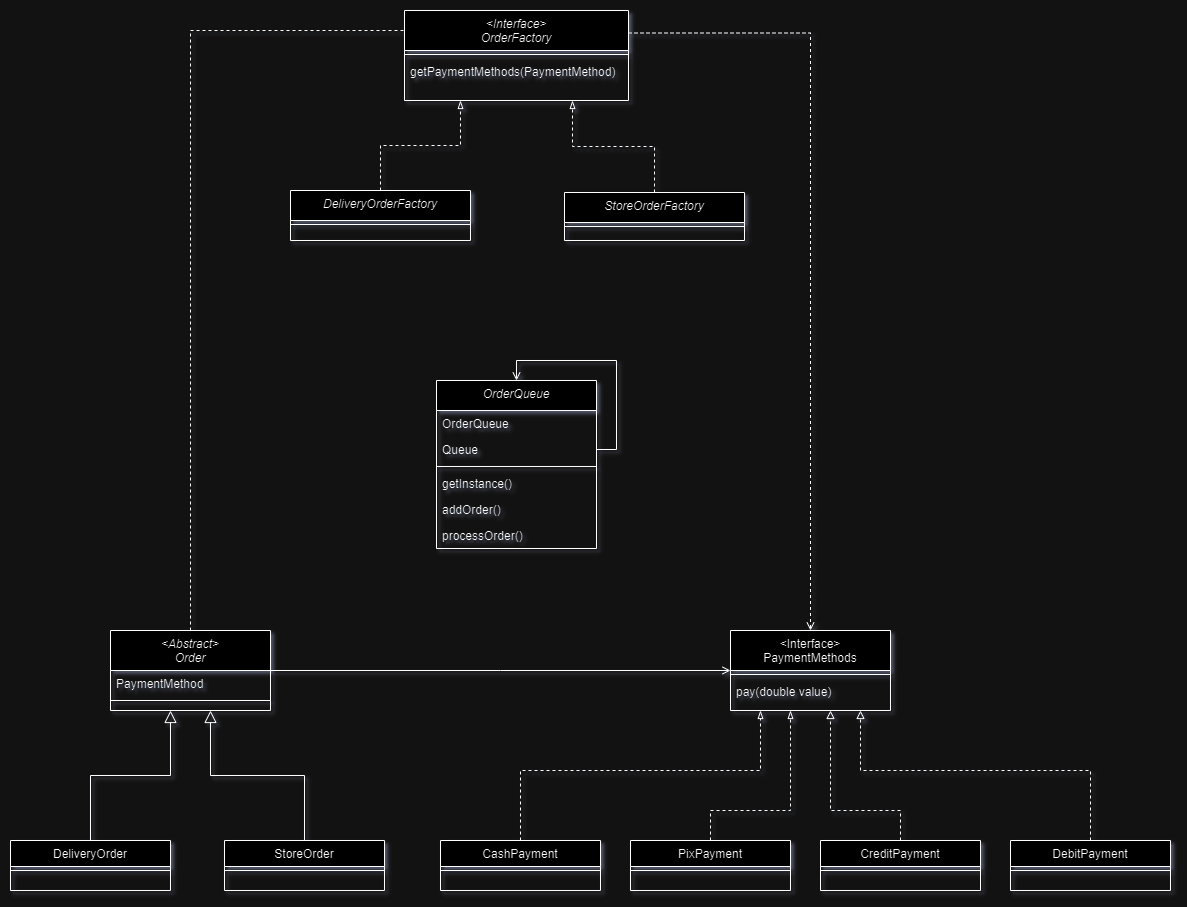
Above: src/main/java/org/example/diagram/atv1.drawio.png in rhuannascimento/atv-01-AA-Engenharia-De-Software (draw.io), before the change. Source tidied: cells renumbered, new cells last; positions are measured from the earlier drawing's top-left corner, leaving out a move shared by most shapes.
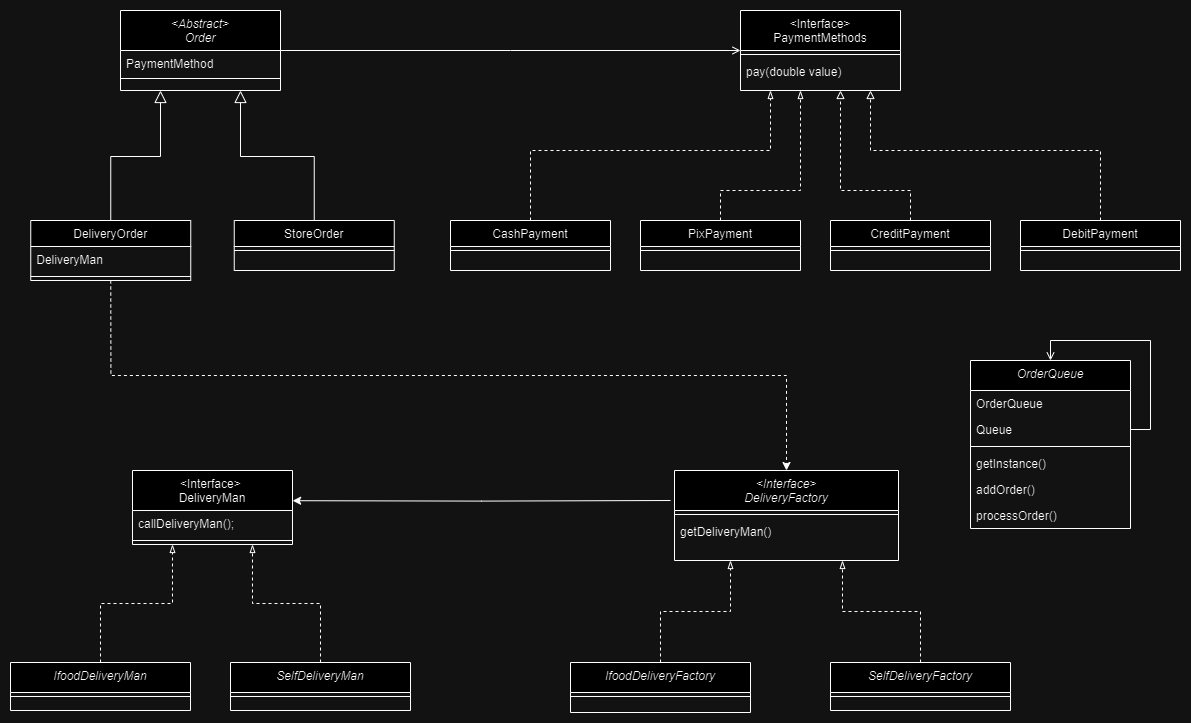
The same file after the commit.

Commit message:
REFAC: UPDATE DIAGRAM

The edit, as a diff of the source:
```diff
@@ -2,45 +2,41 @@
   <root>
     <mxCell id="0" />
     <mxCell id="1" parent="0" />
-    <mxCell id="2" style="edgeStyle=orthogonalEdgeStyle;rounded=0;jettySize=auto;html=1;entryX=0;entryY=0.25;entryDx=0;entryDy=0;dashed=1;" parent="1" edge="1" source="3" target="28">
-      <mxGeometry relative="1" as="geometry">
-        <Array as="points">
-          <mxPoint x="180" y="20" />
-          <mxPoint x="402" y="20" />
-          <mxPoint x="402" y="22" />
-        </Array>
-      </mxGeometry>
-    </mxCell>
     <mxCell id="3" value="&lt;Abstract&gt;&#10;Order" style="swimlane;fontStyle=2;align=center;verticalAlign=top;horizontal=1;startSize=40;rounded=0;shadow=0;strokeWidth=1;" parent="1" vertex="1">
       <mxGeometry x="100" y="620" width="160" height="80" as="geometry" />
     </mxCell>
-    <mxCell id="4" value="PaymentMethod" style="text;align=left;verticalAlign=top;spacingLeft=4;spacingRight=4;overflow=hidden;" parent="3" vertex="1">
-      <mxGeometry y="40" width="160" height="26" as="geometry" />
+    <mxCell id="4" value="PaymentMethod&#10;" style="text;align=left;verticalAlign=top;spacingLeft=4;spacingRight=4;overflow=hidden;" parent="3" vertex="1">
+      <mxGeometry y="40" width="160" height="20" as="geometry" />
     </mxCell>
+    <mxCell id="46" value="&#10;" style="text;align=left;verticalAlign=top;spacingLeft=4;spacingRight=4;overflow=hidden;" parent="3" vertex="1">
+      <mxGeometry y="60" width="160" height="4" as="geometry" />
+    </mxCell>
     <mxCell id="5" style="line;html=1;strokeWidth=1;align=left;verticalAlign=middle;spacingTop=-1;spacingLeft=3;spacingRight=3;labelPosition=right;" parent="3" vertex="1">
-      <mxGeometry y="66" width="160" height="8" as="geometry" />
+      <mxGeometry y="64" width="160" height="8" as="geometry" />
     </mxCell>
+    <mxCell id="47" style="edgeStyle=orthogonalEdgeStyle;rounded=0;jettySize=auto;html=1;exitX=0.5;exitY=1;exitDx=0;exitDy=0;entryX=0.5;entryY=0;entryDx=0;entryDy=0;dashed=1;" parent="1" edge="1" source="6" target="28">
+      <mxGeometry relative="1" as="geometry" />
+    </mxCell>
     <mxCell id="6" value="DeliveryOrder" style="swimlane;fontStyle=0;align=center;verticalAlign=top;horizontal=1;startSize=26;rounded=0;shadow=0;strokeWidth=1;" parent="1" vertex="1">
-      <mxGeometry y="830" width="160" height="50" as="geometry" />
+      <mxGeometry x="10.2" y="830" width="160" height="60" as="geometry" />
     </mxCell>
+    <mxCell id="48" value="DeliveryMan" style="text;align=left;verticalAlign=top;spacingLeft=4;spacingRight=4;overflow=hidden;" parent="6" vertex="1">
+      <mxGeometry y="26" width="160" height="26" as="geometry" />
+    </mxCell>
     <mxCell id="7" style="line;html=1;strokeWidth=1;align=left;verticalAlign=middle;spacingTop=-1;spacingLeft=3;spacingRight=3;labelPosition=right;" parent="6" vertex="1">
-      <mxGeometry y="26" width="160" height="8" as="geometry" />
+      <mxGeometry y="52" width="160" height="8" as="geometry" />
     </mxCell>
-    <mxCell id="8" style="endArrow=block;endSize=10;endFill=0;shadow=0;strokeWidth=1;rounded=0;curved=0;edgeStyle=elbowEdgeStyle;elbow=vertical;" parent="1" edge="1" source="6">
-      <mxGeometry relative="1" as="geometry">
-        <mxPoint x="160" y="700" as="targetPoint" />
-      </mxGeometry>
+    <mxCell id="8" style="endArrow=block;endSize=10;endFill=0;shadow=0;strokeWidth=1;rounded=0;curved=0;edgeStyle=elbowEdgeStyle;elbow=vertical;entryX=0.25;entryY=1;entryDx=0;entryDy=0;" parent="1" edge="1" source="6" target="3">
+      <mxGeometry relative="1" as="geometry" />
     </mxCell>
     <mxCell id="9" value="StoreOrder" style="swimlane;fontStyle=0;align=center;verticalAlign=top;horizontal=1;startSize=26;rounded=0;shadow=0;strokeWidth=1;" parent="1" vertex="1">
-      <mxGeometry x="214" y="830" width="160" height="50" as="geometry" />
+      <mxGeometry x="213.8" y="830" width="160" height="50" as="geometry" />
     </mxCell>
     <mxCell id="10" style="line;html=1;strokeWidth=1;align=left;verticalAlign=middle;spacingTop=-1;spacingLeft=3;spacingRight=3;labelPosition=right;" parent="9" vertex="1">
       <mxGeometry y="26" width="160" height="8" as="geometry" />
     </mxCell>
-    <mxCell id="11" style="endArrow=block;endSize=10;endFill=0;shadow=0;strokeWidth=1;rounded=0;curved=0;edgeStyle=elbowEdgeStyle;elbow=vertical;" parent="1" edge="1" source="9">
-      <mxGeometry relative="1" as="geometry">
-        <mxPoint x="200" y="700" as="targetPoint" />
-      </mxGeometry>
+    <mxCell id="11" style="endArrow=block;endSize=10;endFill=0;shadow=0;strokeWidth=1;rounded=0;curved=0;edgeStyle=elbowEdgeStyle;elbow=vertical;entryX=0.75;entryY=1;entryDx=0;entryDy=0;" parent="1" edge="1" source="9" target="3">
+      <mxGeometry relative="1" as="geometry" />
     </mxCell>
     <mxCell id="12" value="&lt;Interface&gt;&#10;PaymentMethods" style="swimlane;fontStyle=0;align=center;verticalAlign=top;horizontal=1;startSize=40;rounded=0;shadow=0;strokeWidth=1;" parent="1" vertex="1">
       <mxGeometry x="720" y="620" width="160" height="80" as="geometry" />
@@ -116,20 +112,20 @@
     <mxCell id="27" style="line;html=1;strokeWidth=1;align=left;verticalAlign=middle;spacingTop=-1;spacingLeft=3;spacingRight=3;labelPosition=right;" parent="26" vertex="1">
       <mxGeometry y="26" width="160" height="8" as="geometry" />
     </mxCell>
-    <mxCell id="28" value="&lt;Interface&gt;&#10;OrderFactory" style="swimlane;fontStyle=2;align=center;verticalAlign=top;horizontal=1;startSize=40;rounded=0;shadow=0;strokeWidth=1;" parent="1" vertex="1">
-      <mxGeometry x="394" width="224" height="90" as="geometry" />
+    <mxCell id="28" value="&lt;Interface&gt;&#10;DeliveryFactory" style="swimlane;fontStyle=2;align=center;verticalAlign=top;horizontal=1;startSize=40;rounded=0;shadow=0;strokeWidth=1;" parent="1" vertex="1">
+      <mxGeometry x="654" y="1080" width="224" height="90" as="geometry" />
     </mxCell>
     <mxCell id="29" style="line;html=1;strokeWidth=1;align=left;verticalAlign=middle;spacingTop=-1;spacingLeft=3;spacingRight=3;labelPosition=right;" parent="28" vertex="1">
       <mxGeometry y="40" width="224" height="8" as="geometry" />
     </mxCell>
-    <mxCell id="30" value="getPaymentMethods(PaymentMethod)" style="text;align=left;verticalAlign=top;spacingLeft=4;spacingRight=4;overflow=hidden;" parent="28" vertex="1">
+    <mxCell id="30" value="getDeliveryMan()" style="text;align=left;verticalAlign=top;spacingLeft=4;spacingRight=4;overflow=hidden;" parent="28" vertex="1">
       <mxGeometry y="48" width="224" height="26" as="geometry" />
     </mxCell>
-    <mxCell id="31" style="edgeStyle=orthogonalEdgeStyle;rounded=0;jettySize=auto;html=1;entryX=0.25;entryY=1;entryDx=0;entryDy=0;endArrow=blockThin;endFill=0;dashed=1;" parent="1" edge="1" source="32" target="28">
+    <mxCell id="31" style="edgeStyle=orthogonalEdgeStyle;rounded=0;jettySize=auto;html=1;endArrow=blockThin;endFill=0;dashed=1;entryX=0.25;entryY=1;entryDx=0;entryDy=0;" parent="1" edge="1" source="32" target="28">
       <mxGeometry relative="1" as="geometry" />
     </mxCell>
-    <mxCell id="32" value="DeliveryOrderFactory" style="swimlane;fontStyle=2;align=center;verticalAlign=top;horizontal=1;startSize=30;rounded=0;shadow=0;strokeWidth=1;" parent="1" vertex="1">
-      <mxGeometry x="280" y="180" width="180" height="50" as="geometry" />
+    <mxCell id="32" value="IfoodDeliveryFactory" style="swimlane;fontStyle=2;align=center;verticalAlign=top;horizontal=1;startSize=30;rounded=0;shadow=0;strokeWidth=1;" parent="1" vertex="1">
+      <mxGeometry x="550" y="1272" width="180" height="50" as="geometry" />
     </mxCell>
     <mxCell id="33" style="line;html=1;strokeWidth=1;align=left;verticalAlign=middle;spacingTop=-1;spacingLeft=3;spacingRight=3;labelPosition=right;" parent="32" vertex="1">
       <mxGeometry y="30" width="180" height="8" as="geometry" />
@@ -137,17 +133,14 @@
     <mxCell id="34" style="edgeStyle=orthogonalEdgeStyle;rounded=0;jettySize=auto;html=1;entryX=0.75;entryY=1;entryDx=0;entryDy=0;endArrow=blockThin;endFill=0;dashed=1;" parent="1" edge="1" source="35" target="28">
       <mxGeometry relative="1" as="geometry" />
     </mxCell>
-    <mxCell id="35" value="StoreOrderFactory" style="swimlane;fontStyle=2;align=center;verticalAlign=top;horizontal=1;startSize=30;rounded=0;shadow=0;strokeWidth=1;" parent="1" vertex="1">
-      <mxGeometry x="554" y="182" width="180" height="48" as="geometry" />
+    <mxCell id="35" value="SelfDeliveryFactory" style="swimlane;fontStyle=2;align=center;verticalAlign=top;horizontal=1;startSize=30;rounded=0;shadow=0;strokeWidth=1;" parent="1" vertex="1">
+      <mxGeometry x="810" y="1272" width="180" height="48" as="geometry" />
     </mxCell>
     <mxCell id="36" style="line;html=1;strokeWidth=1;align=left;verticalAlign=middle;spacingTop=-1;spacingLeft=3;spacingRight=3;labelPosition=right;" parent="35" vertex="1">
       <mxGeometry y="30" width="180" height="8" as="geometry" />
     </mxCell>
-    <mxCell id="37" style="edgeStyle=orthogonalEdgeStyle;rounded=0;jettySize=auto;html=1;entryX=0.5;entryY=0;entryDx=0;entryDy=0;exitX=1;exitY=0.25;exitDx=0;exitDy=0;dashed=1;endArrow=open;endFill=0;" parent="1" edge="1" source="28" target="12">
-      <mxGeometry relative="1" as="geometry" />
-    </mxCell>
     <mxCell id="38" value="OrderQueue" style="swimlane;fontStyle=2;align=center;verticalAlign=top;horizontal=1;startSize=30;rounded=0;shadow=0;strokeWidth=1;" parent="1" vertex="1">
-      <mxGeometry x="426" y="370" width="160" height="168" as="geometry" />
+      <mxGeometry x="950" y="970" width="160" height="168" as="geometry" />
     </mxCell>
     <mxCell id="39" value="OrderQueue" style="text;align=left;verticalAlign=top;spacingLeft=4;spacingRight=4;overflow=hidden;" parent="38" vertex="1">
       <mxGeometry y="30" width="160" height="26" as="geometry" />
@@ -176,5 +169,37 @@
     <mxCell id="45" value="processOrder()" style="text;align=left;verticalAlign=top;spacingLeft=4;spacingRight=4;overflow=hidden;" parent="38" vertex="1">
       <mxGeometry y="142" width="160" height="26" as="geometry" />
     </mxCell>
+    <mxCell id="49" value="&lt;Interface&gt; &#10;DeliveryMan" style="swimlane;fontStyle=0;align=center;verticalAlign=top;horizontal=1;startSize=40;rounded=0;shadow=0;strokeWidth=1;" parent="1" vertex="1">
+      <mxGeometry x="112" y="1080" width="160" height="74" as="geometry" />
+    </mxCell>
+    <mxCell id="50" value="callDeliveryMan();" style="text;align=left;verticalAlign=top;spacingLeft=4;spacingRight=4;overflow=hidden;" parent="49" vertex="1">
+      <mxGeometry y="40" width="160" height="26" as="geometry" />
+    </mxCell>
+    <mxCell id="51" style="line;html=1;strokeWidth=1;align=left;verticalAlign=middle;spacingTop=-1;spacingLeft=3;spacingRight=3;labelPosition=right;" parent="49" vertex="1">
+      <mxGeometry y="66" width="160" height="8" as="geometry" />
+    </mxCell>
+    <mxCell id="52" style="edgeStyle=orthogonalEdgeStyle;rounded=0;jettySize=auto;html=1;entryX=1.001;entryY=0.408;entryDx=0;entryDy=0;entryPerimeter=0;" parent="1" edge="1" target="49">
+      <mxGeometry relative="1" as="geometry">
+        <mxPoint x="650" y="1110" as="sourcePoint" />
+      </mxGeometry>
+    </mxCell>
+    <mxCell id="53" style="edgeStyle=orthogonalEdgeStyle;rounded=0;jettySize=auto;html=1;entryX=0.25;entryY=1;entryDx=0;entryDy=0;endArrow=blockThin;endFill=0;dashed=1;" parent="1" edge="1" source="54" target="49">
+      <mxGeometry relative="1" as="geometry" />
+    </mxCell>
+    <mxCell id="54" value="IfoodDeliveryMan" style="swimlane;fontStyle=2;align=center;verticalAlign=top;horizontal=1;startSize=30;rounded=0;shadow=0;strokeWidth=1;" parent="1" vertex="1">
+      <mxGeometry x="-10" y="1272" width="180" height="48" as="geometry" />
+    </mxCell>
+    <mxCell id="55" style="line;html=1;strokeWidth=1;align=left;verticalAlign=middle;spacingTop=-1;spacingLeft=3;spacingRight=3;labelPosition=right;" parent="54" vertex="1">
+      <mxGeometry y="30" width="180" height="8" as="geometry" />
+    </mxCell>
+    <mxCell id="56" style="edgeStyle=orthogonalEdgeStyle;rounded=0;jettySize=auto;html=1;entryX=0.75;entryY=1;entryDx=0;entryDy=0;endArrow=blockThin;endFill=0;dashed=1;" parent="1" edge="1" source="57" target="49">
+      <mxGeometry relative="1" as="geometry" />
+    </mxCell>
+    <mxCell id="57" value="SelfDeliveryMan" style="swimlane;fontStyle=2;align=center;verticalAlign=top;horizontal=1;startSize=30;rounded=0;shadow=0;strokeWidth=1;" parent="1" vertex="1">
+      <mxGeometry x="210" y="1272" width="180" height="48" as="geometry" />
+    </mxCell>
+    <mxCell id="58" style="line;html=1;strokeWidth=1;align=left;verticalAlign=middle;spacingTop=-1;spacingLeft=3;spacingRight=3;labelPosition=right;" parent="57" vertex="1">
+      <mxGeometry y="30" width="180" height="8" as="geometry" />
+    </mxCell>
   </root>
 </mxGraphModel>
```
